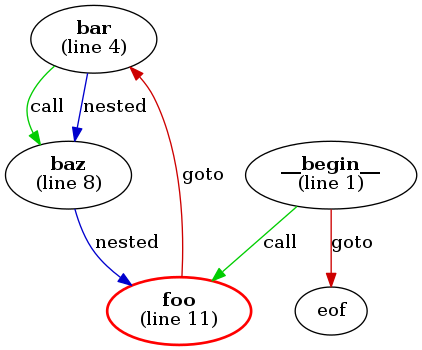
This is examples/example1-noshowall.png from microsoft/cmd-call-graph, a Graphviz export, as it was before one commit. Its source is kept beside it as examples/example1-noshowall.dot.
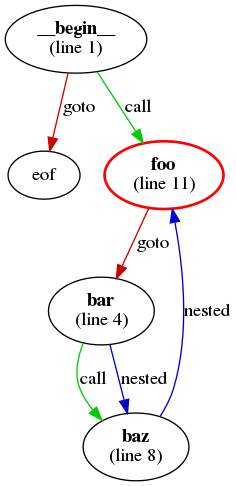
After the change.

Diff of the diagram source:
```diff
@@ -1,12 +1,12 @@
 digraph g {
+__begin__ [label=<<b>__begin__</b><br />(line 1)>]
+__begin__ -> eof [label=goto,color=red3]
+__begin__ -> foo [label=call,color=green3]
 bar [label=<<b>bar</b><br />(line 4)>]
 bar -> baz [label=call,color=green3]
 bar -> baz [label=nested,color=blue3]
-__begin__ [label=<<b>__begin__</b><br />(line 1)>]
-__begin__ -> foo [label=call,color=green3]
-__begin__ -> eof [label=goto,color=red3]
+baz [label=<<b>baz</b><br />(line 8)>]
+baz -> foo [label=nested,color=blue3]
 foo [label=<<b>foo</b><br />(line 11)>,color=red,penwidth=2]
 foo -> bar [label=goto,color=red3]
-baz [label=<<b>baz</b><br />(line 8)>]
-baz -> foo [label=nested,color=blue3]
 }
```
